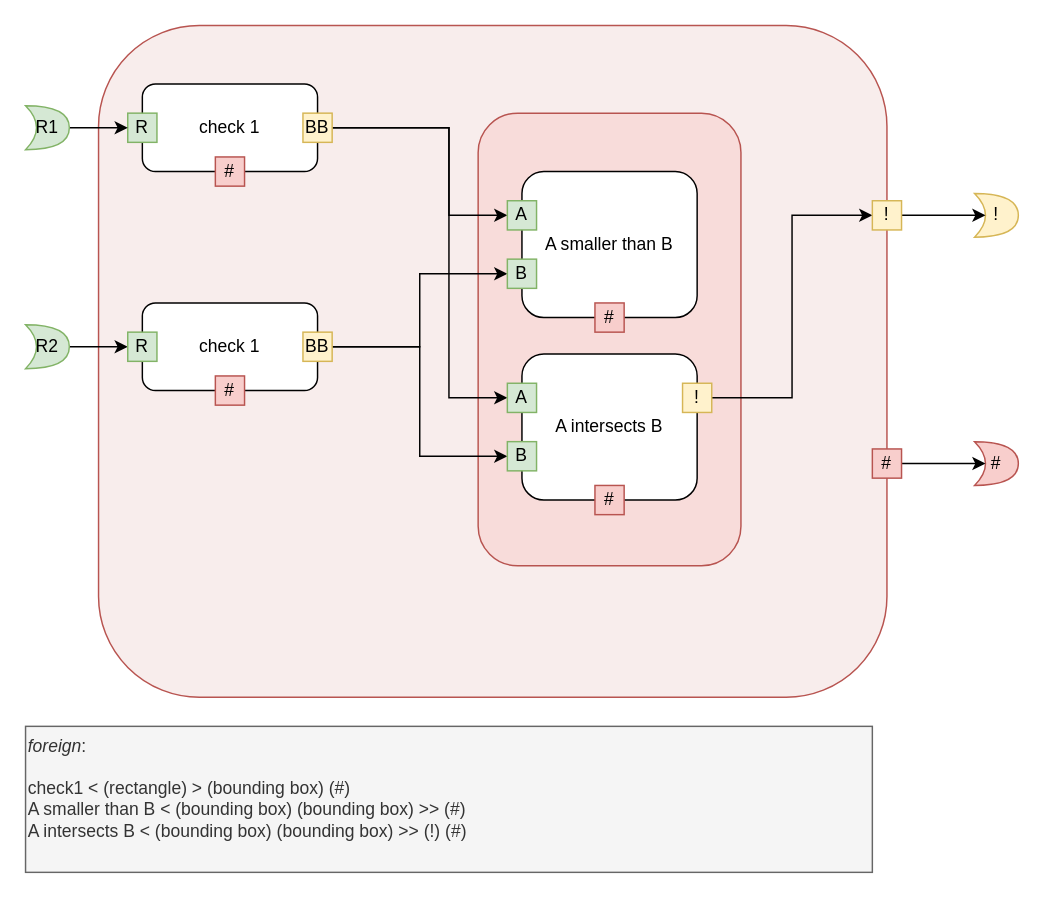
This is page "main" (1 of 15) of rectangle intersection.drawio from guitarvydas/factbases-101, a draw.io file, before an edit. Source tidied: cells renumbered, new cells numbered last; positions are measured from the earlier drawing's top-left corner, leaving out a move shared by most shapes. Both pictures are drawn from the tidied source at 146%, with x=0, y=0 at pixel (25, 25).
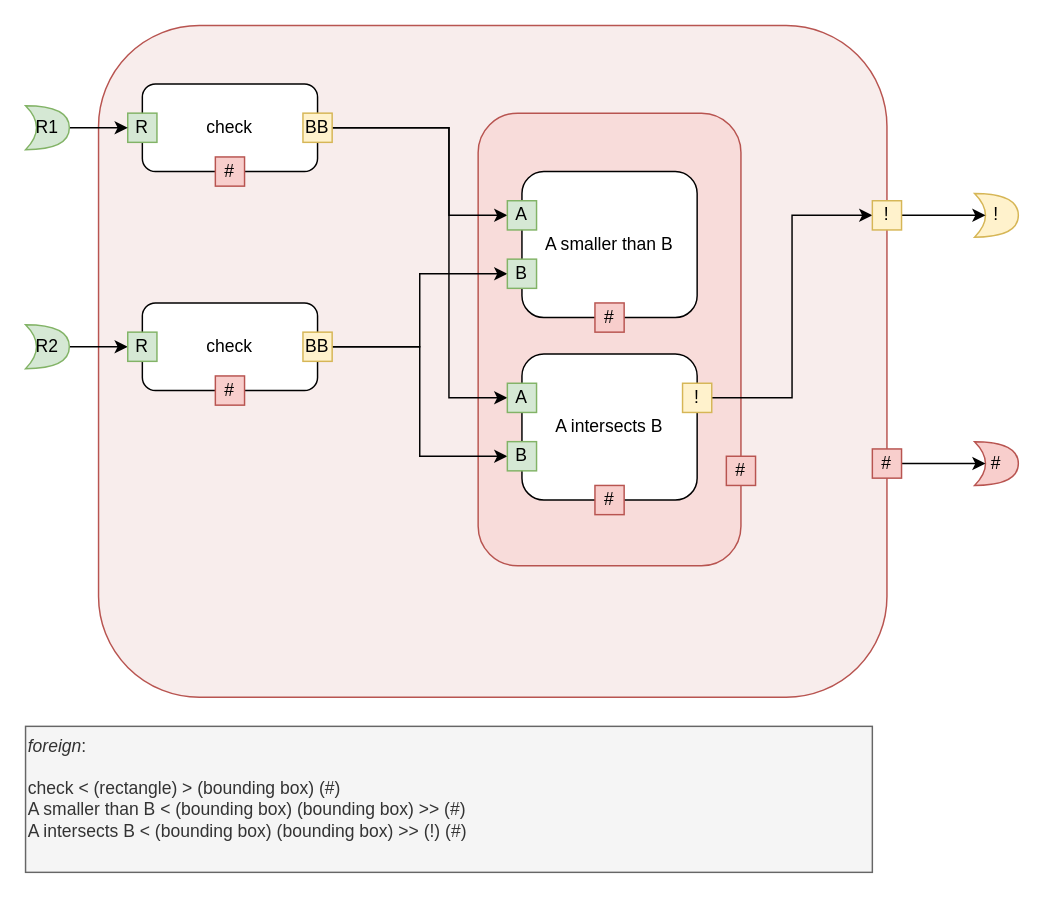
Above is the later version.

What changed in the source:
```diff
@@
-    <mxCell id="4" value="check 1" style="rounded=1;whiteSpace=wrap;html=1;" parent="1" vertex="1">
+    <mxCell id="4" value="check" style="rounded=1;whiteSpace=wrap;html=1;" parent="1" vertex="1">
       <mxGeometry x="80" y="40" width="120" height="60" as="geometry" />
     </mxCell>
@@
-    <mxCell id="16" value="check 1" style="rounded=1;whiteSpace=wrap;html=1;" parent="1" vertex="1">
+    <mxCell id="16" value="check" style="rounded=1;whiteSpace=wrap;html=1;" parent="1" vertex="1">
       <mxGeometry x="80" y="190" width="120" height="60" as="geometry" />
     </mxCell>
@@
-    <mxCell id="36" value="&lt;i&gt;foreign&lt;/i&gt;:&lt;br&gt;&lt;br&gt;check1 &amp;lt; (rectangle) &amp;gt; (bounding box) (#)&lt;br&gt;A smaller than B &amp;lt; (bounding box) (bounding box) &amp;gt;&amp;gt; (#)&lt;br&gt;A intersects B &amp;lt; (bounding box) (bounding box) &amp;gt;&amp;gt; (!) (#)" style="rounded=0;whiteSpace=wrap;html=1;fillColor=#f5f5f5;strokeColor=#666666;fontColor=#333333;align=left;verticalAlign=top;" parent="1" vertex="1">
+    <mxCell id="36" value="&lt;i&gt;foreign&lt;/i&gt;:&lt;br&gt;&lt;br&gt;check &amp;lt; (rectangle) &amp;gt; (bounding box) (#)&lt;br&gt;A smaller than B &amp;lt; (bounding box) (bounding box) &amp;gt;&amp;gt; (#)&lt;br&gt;A intersects B &amp;lt; (bounding box) (bounding box) &amp;gt;&amp;gt; (!) (#)" style="rounded=0;whiteSpace=wrap;html=1;fillColor=#f5f5f5;strokeColor=#666666;fontColor=#333333;align=left;verticalAlign=top;" parent="1" vertex="1">
       <mxGeometry y="480" width="580" height="100" as="geometry" />
     </mxCell>
+    <mxCell id="37" value="#" style="rounded=0;whiteSpace=wrap;html=1;fillColor=#f8cecc;strokeColor=#b85450;" parent="1" vertex="1">
+      <mxGeometry x="480" y="295" width="20" height="20" as="geometry" />
+    </mxCell>
```
